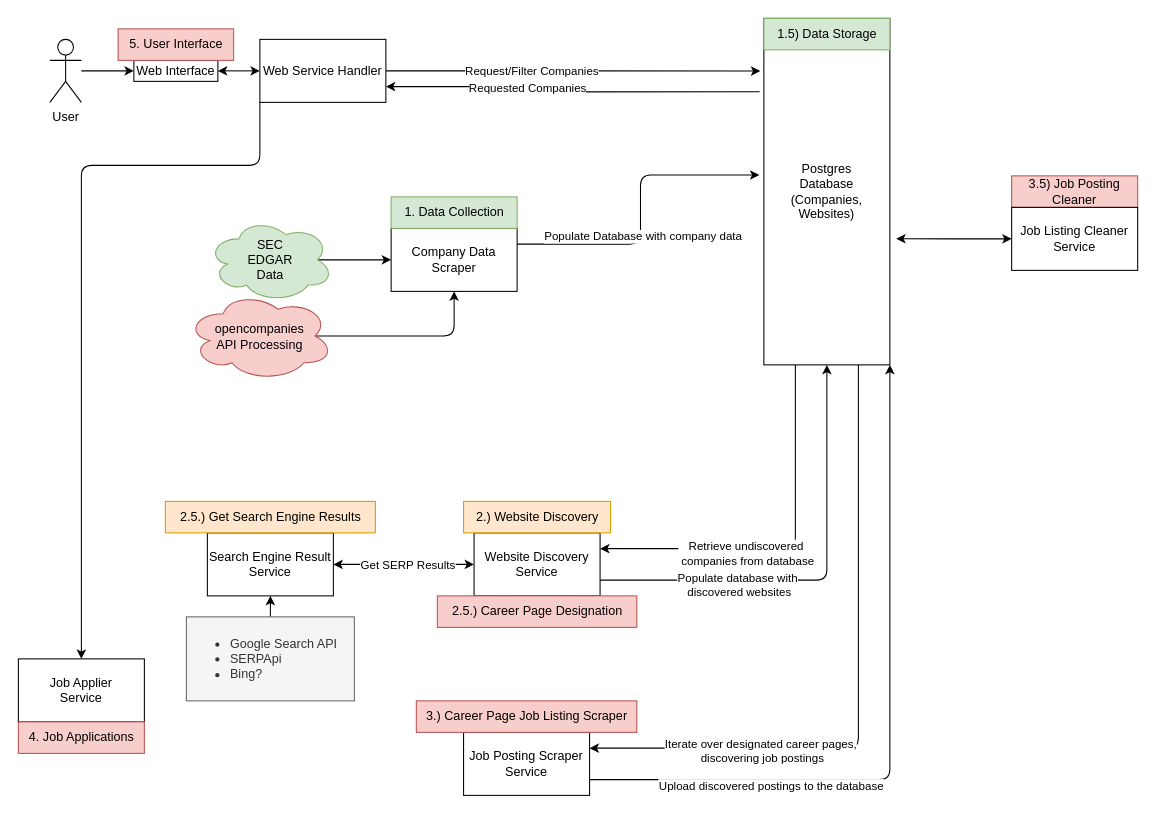
This is system_diagram.drawio from EatonWu/search_and_apply, a draw.io file, before an edit. Source tidied: cells renumbered, new cells numbered last; positions are measured from the earlier drawing's top-left corner, leaving out a move shared by most shapes. Both pictures are drawn from the tidied source at 105%, with x=0, y=0 at pixel (18, 18).
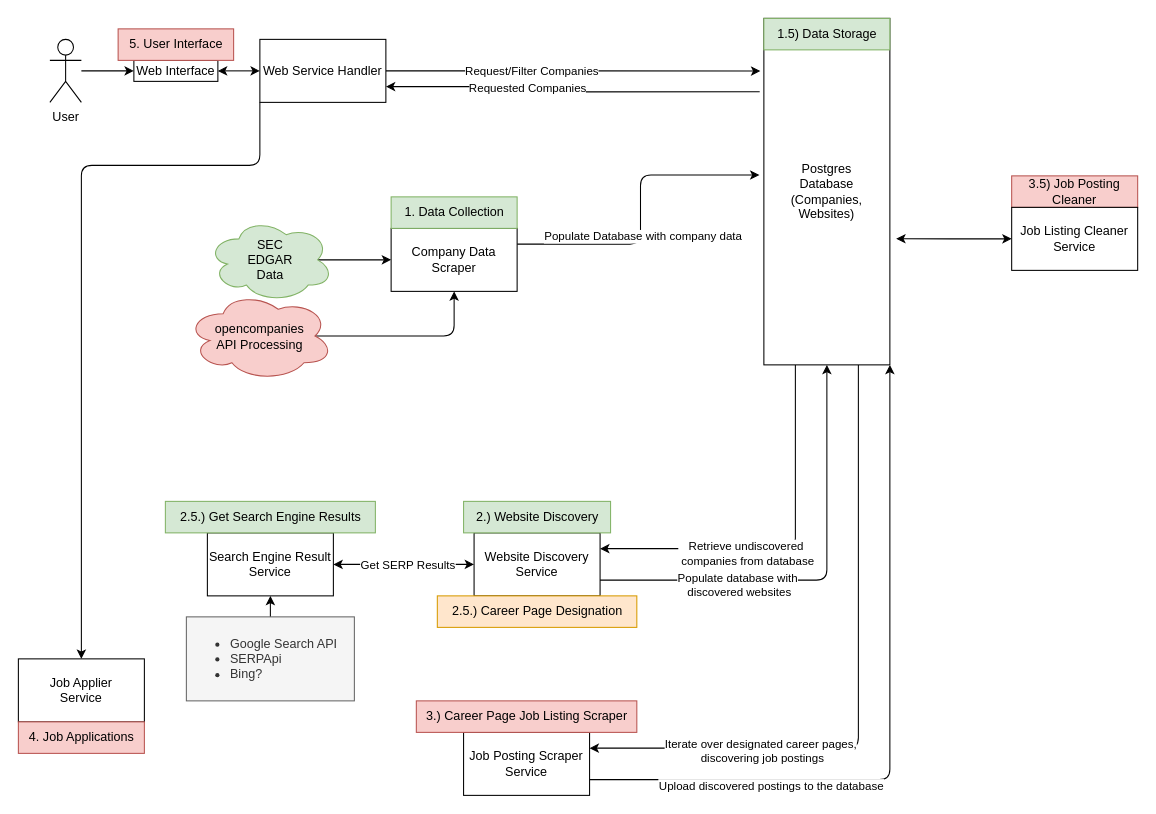
The same page after the edit.

The edit, as a diff of the source:
```diff
@@
-    <mxCell id="29" value="2.) Website Discovery" style="text;html=1;align=center;verticalAlign=middle;strokeColor=#d79b00;fillColor=#ffe6cc;" parent="1" vertex="1">
+    <mxCell id="29" value="2.) Website Discovery" style="text;html=1;align=center;verticalAlign=middle;strokeColor=#82b366;fillColor=#d5e8d4;" parent="1" vertex="1">
       <mxGeometry x="424" y="460" width="140" height="30" as="geometry" />
     </mxCell>
@@
-    <mxCell id="33" value="2.5.) Career Page Designation" style="text;html=1;align=center;verticalAlign=middle;strokeColor=#b85450;fillColor=#f8cecc;" parent="1" vertex="1">
+    <mxCell id="33" value="2.5.) Career Page Designation" style="text;html=1;align=center;verticalAlign=middle;strokeColor=#d79b00;fillColor=#ffe6cc;" parent="1" vertex="1">
       <mxGeometry x="399" y="550" width="190" height="30" as="geometry" />
     </mxCell>
@@
-    <mxCell id="41" value="2.5.) Get Search Engine Results&lt;br&gt;" style="text;html=1;align=center;verticalAlign=middle;strokeColor=#d79b00;fillColor=#ffe6cc;" parent="1" vertex="1">
+    <mxCell id="41" value="2.5.) Get Search Engine Results&lt;br&gt;" style="text;html=1;align=center;verticalAlign=middle;strokeColor=#82b366;fillColor=#d5e8d4;" parent="1" vertex="1">
       <mxGeometry x="140" y="460" width="200" height="30" as="geometry" />
     </mxCell>
```
